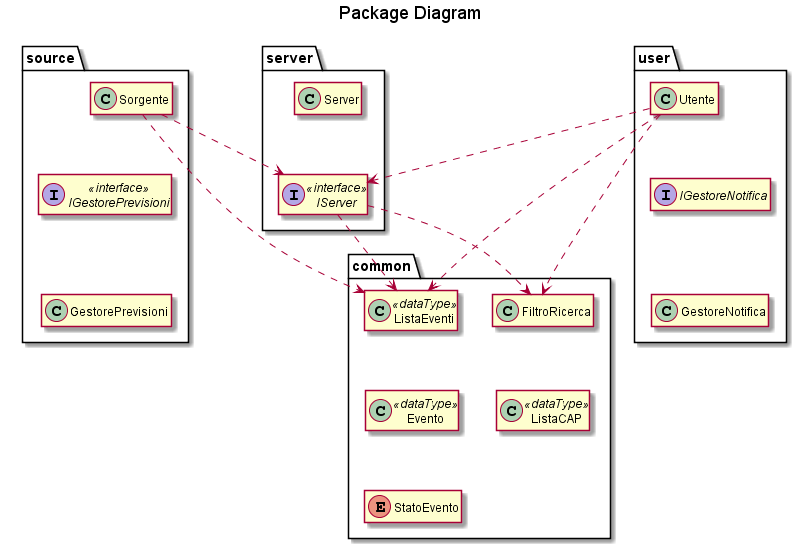
This is UML/target/package.png from xFA25E/sweng_14_2019, a PlantUML export, as it was before one commit. Source of this version:
```plantuml
@startuml
title Package Diagram
package source {
    interface IGestorePrevisioni<<interface>>

    class GestorePrevisioni

    class Sorgente

    Sorgente -[hidden]- IGestorePrevisioni
    IGestorePrevisioni -[hidden]- GestorePrevisioni
}

package server{
    interface IServer<<interface>>

    class Server

    Server -[hidden]- IServer
}

Sorgente .> IServer

package user {
    class Utente

    interface IGestoreNotifica

    class GestoreNotifica

    Utente -[hidden]- IGestoreNotifica
    IGestoreNotifica -[hidden]- GestoreNotifica
}

Utente ..> IServer

package common {

    enum StatoEvento

    class Evento<<dataType>>

    class ListaEventi <<dataType>>

    ListaEventi -[hidden]- Evento
    Evento -[hidden]- StatoEvento

    class FiltroRicerca

    class ListaCAP <<dataType>>

    FiltroRicerca -[hidden]- ListaCAP
}

Sorgente ..> ListaEventi
IServer ..> ListaEventi
IServer ..> FiltroRicerca
Utente ..>  ListaEventi
Utente ..>  FiltroRicerca

hide empty members
skinparam classAttributeIconSize 0
ListaEventi -[hidden] FiltroRicerca
GestorePrevisioni -[hidden]-- StatoEvento
Server .[hidden].> ListaEventi
Utente .[hidden].> FiltroRicerca
@enduml
```
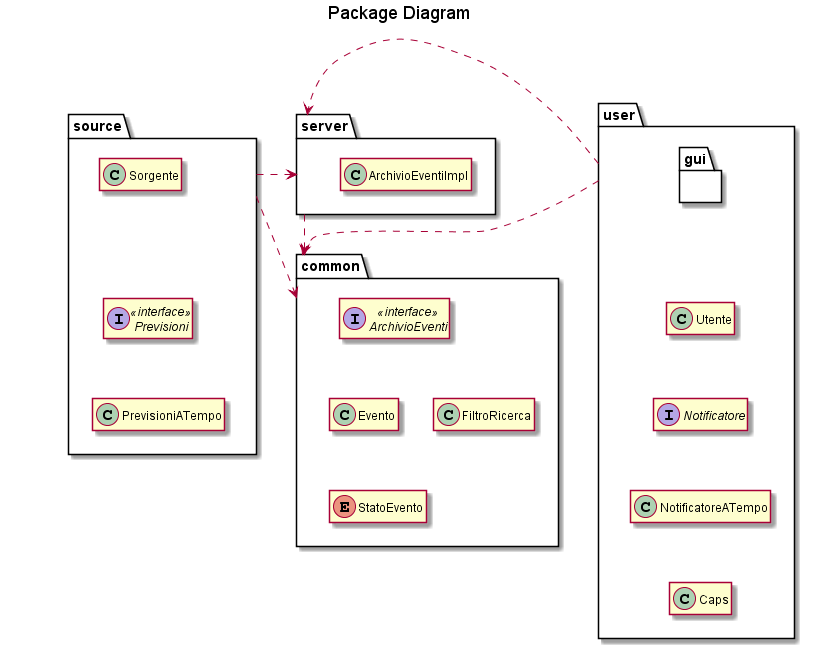
The same file after the commit.

Change to the diagram source:
```diff
@@ -1,67 +1,62 @@
 @startuml
 title Package Diagram
 package source {
-    interface IGestorePrevisioni<<interface>>
+    interface Previsioni<<interface>>
 
-    class GestorePrevisioni
+    class PrevisioniATempo
 
     class Sorgente
 
-    Sorgente -[hidden]- IGestorePrevisioni
-    IGestorePrevisioni -[hidden]- GestorePrevisioni
+    Sorgente -[hidden]- Previsioni
+    Previsioni -[hidden]- PrevisioniATempo
 }
 
 package server{
-    interface IServer<<interface>>
-
-    class Server
-
-    Server -[hidden]- IServer
+    class ArchivioEventiImpl
 }
 
-Sorgente .> IServer
+package common {
+    interface ArchivioEventi<<interface>>
+
+    enum StatoEvento
+
+    class Evento
+
+    Evento -[hidden]- StatoEvento
+
+    class FiltroRicerca
+
+    ArchivioEventi -[hidden]- Evento
+    Evento -[hidden]> FiltroRicerca
+}
 
 package user {
     class Utente
 
-    interface IGestoreNotifica
+    interface Notificatore
 
-    class GestoreNotifica
+    class NotificatoreATempo
 
-    Utente -[hidden]- IGestoreNotifica
-    IGestoreNotifica -[hidden]- GestoreNotifica
+    class Caps
+
+    Utente -[hidden]- Notificatore
+    Notificatore -[hidden]- NotificatoreATempo
+    NotificatoreATempo -[hidden]- Caps
+
+    package gui {
+
+    }
+
+    gui -[hidden]- Utente
 }
 
-Utente ..> IServer
-
-package common {
-
-    enum StatoEvento
-
-    class Evento<<dataType>>
-
-    class ListaEventi <<dataType>>
-
-    ListaEventi -[hidden]- Evento
-    Evento -[hidden]- StatoEvento
-
-    class FiltroRicerca
-
-    class ListaCAP <<dataType>>
-
-    FiltroRicerca -[hidden]- ListaCAP
-}
-
-Sorgente ..> ListaEventi
-IServer ..> ListaEventi
-IServer ..> FiltroRicerca
-Utente ..>  ListaEventi
-Utente ..>  FiltroRicerca
+source .> common
+source .> server
+server ..> common
+user .> common
+user .> server
 
 hide empty members
 skinparam classAttributeIconSize 0
-ListaEventi -[hidden] FiltroRicerca
-GestorePrevisioni -[hidden]-- StatoEvento
-Server .[hidden].> ListaEventi
-Utente .[hidden].> FiltroRicerca
+Sorgente -[hidden]> StatoEvento
 @enduml
```
